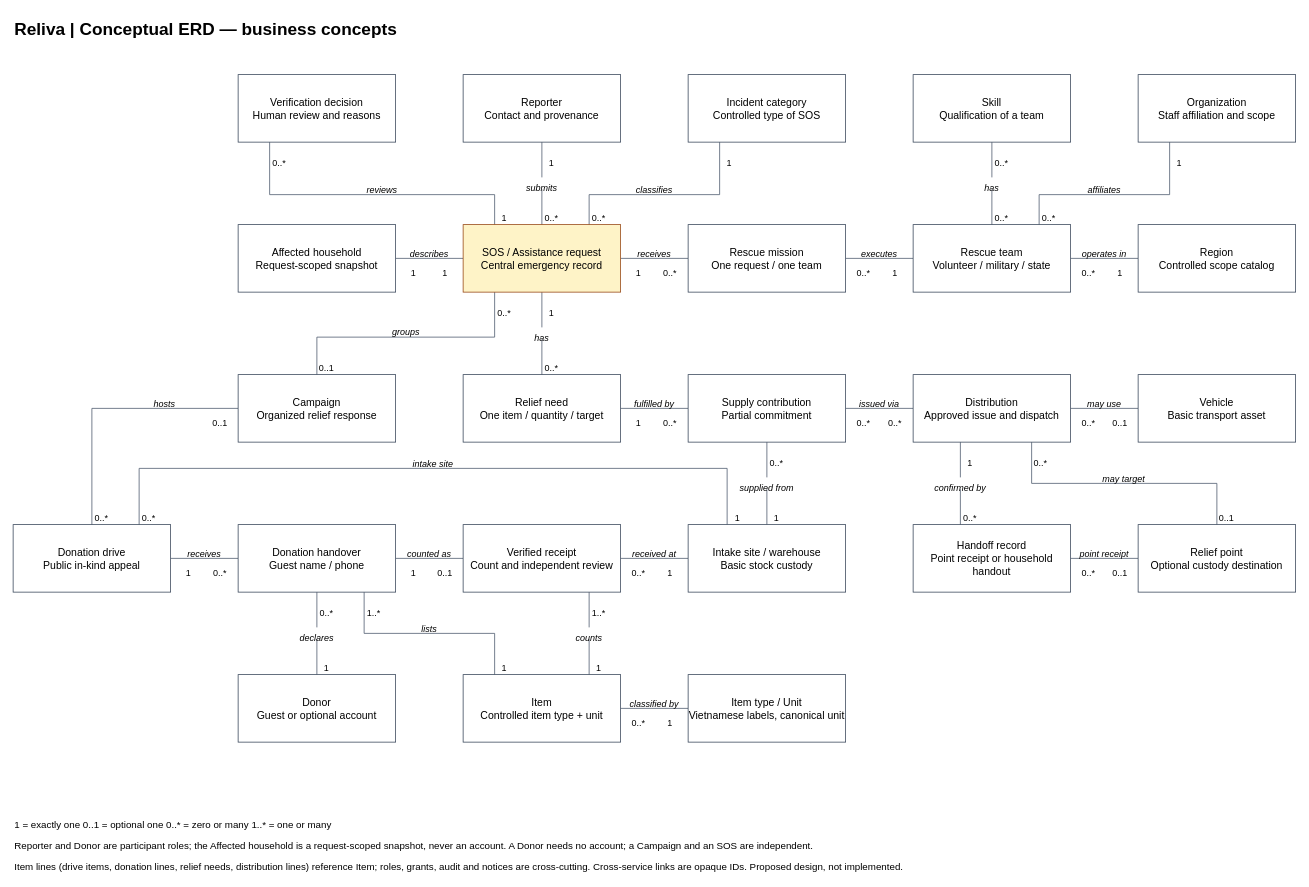
Above: docs/diagrams/c48-conceptual-erd.drawio in sangvirgo/disaster-relief-management (draw.io), before the change. Source tidied: cells renumbered, new cells numbered last; positions are measured from the earlier drawing's top-left corner, leaving out a move shared by most shapes. Both pictures are drawn from the tidied source at 75%, with x=0, y=0 at pixel (13, 13).
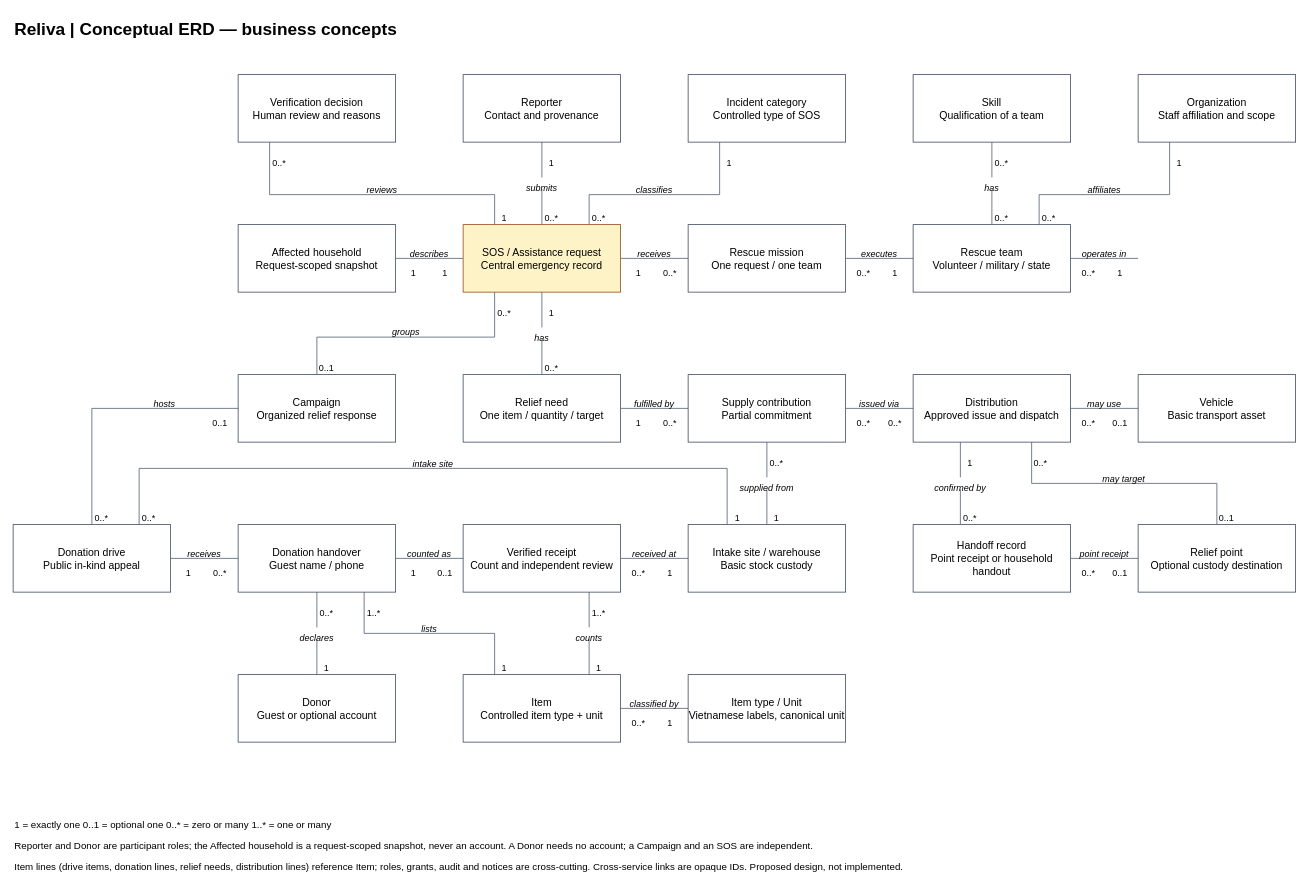
After the change.

The edit, as a diff of the source:
```diff
@@
-    <mxCell id="39" value="Region&#10;Controlled scope catalog" style="rounded=0;whiteSpace=wrap;html=0;fontSize=14;fillColor=#ffffff;strokeColor=#334155;" parent="1" vertex="1">
-      <mxGeometry x="1500" y="282" width="210" height="90" as="geometry" />
-    </mxCell>
```
